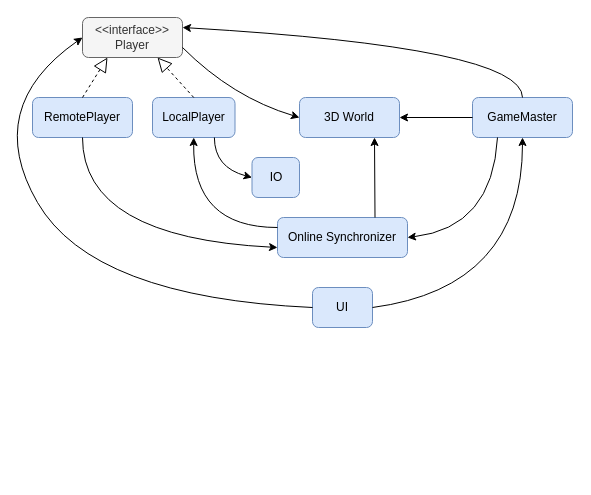
This is docs/service_architecture.drawio from joonashalinen/bloxu, a draw.io file, before an edit. Source tidied: cells renumbered, new cells numbered last; positions are measured from the earlier drawing's top-left corner, leaving out a move shared by most shapes. Both pictures are drawn from the tidied source at 100%, with x=0, y=0 at pixel (-18, 17).
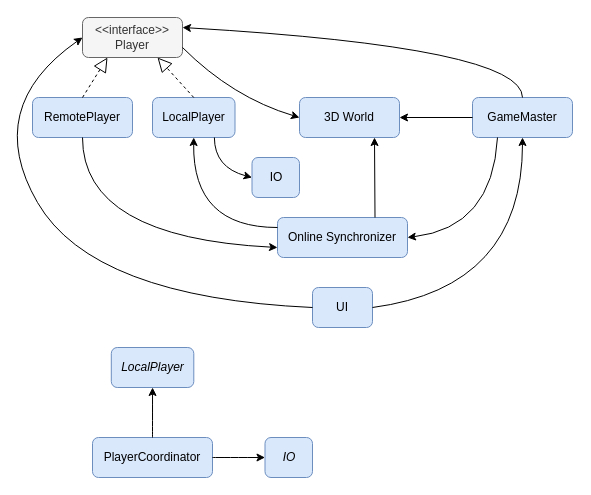
After the change.

What changed in the source:
```diff
@@
+    <mxCell id="22" value="PlayerCoordinator" style="rounded=1;whiteSpace=wrap;html=1;fillColor=#dae8fc;strokeColor=#6c8ebf;" parent="1" vertex="1">
+      <mxGeometry x="110" y="420" width="120" height="40" as="geometry" />
+    </mxCell>
+    <mxCell id="23" value="&lt;i&gt;IO&lt;/i&gt;" style="rounded=1;whiteSpace=wrap;html=1;fillColor=#dae8fc;strokeColor=#6c8ebf;" parent="1" vertex="1">
+      <mxGeometry x="282.5" y="420" width="47.5" height="40" as="geometry" />
+    </mxCell>
+    <mxCell id="24" value="&lt;i&gt;LocalPlayer&lt;/i&gt;" style="rounded=1;whiteSpace=wrap;html=1;fillColor=#dae8fc;strokeColor=#6c8ebf;" parent="1" vertex="1">
+      <mxGeometry x="128.8" y="330" width="82.5" height="40" as="geometry" />
+    </mxCell>
+    <mxCell id="25" style="endArrow=classic;html=1;entryX=0.5;entryY=1;entryDx=0;entryDy=0;curved=1;exitX=0.5;exitY=0;exitDx=0;exitDy=0;" parent="1" edge="1" source="22" target="24">
+      <mxGeometry relative="1" as="geometry" />
+    </mxCell>
+    <mxCell id="26" style="endArrow=classic;html=1;entryX=0;entryY=0.5;entryDx=0;entryDy=0;curved=1;exitX=1;exitY=0.5;exitDx=0;exitDy=0;" parent="1" edge="1" source="22" target="23">
+      <mxGeometry relative="1" as="geometry" />
+    </mxCell>
```
